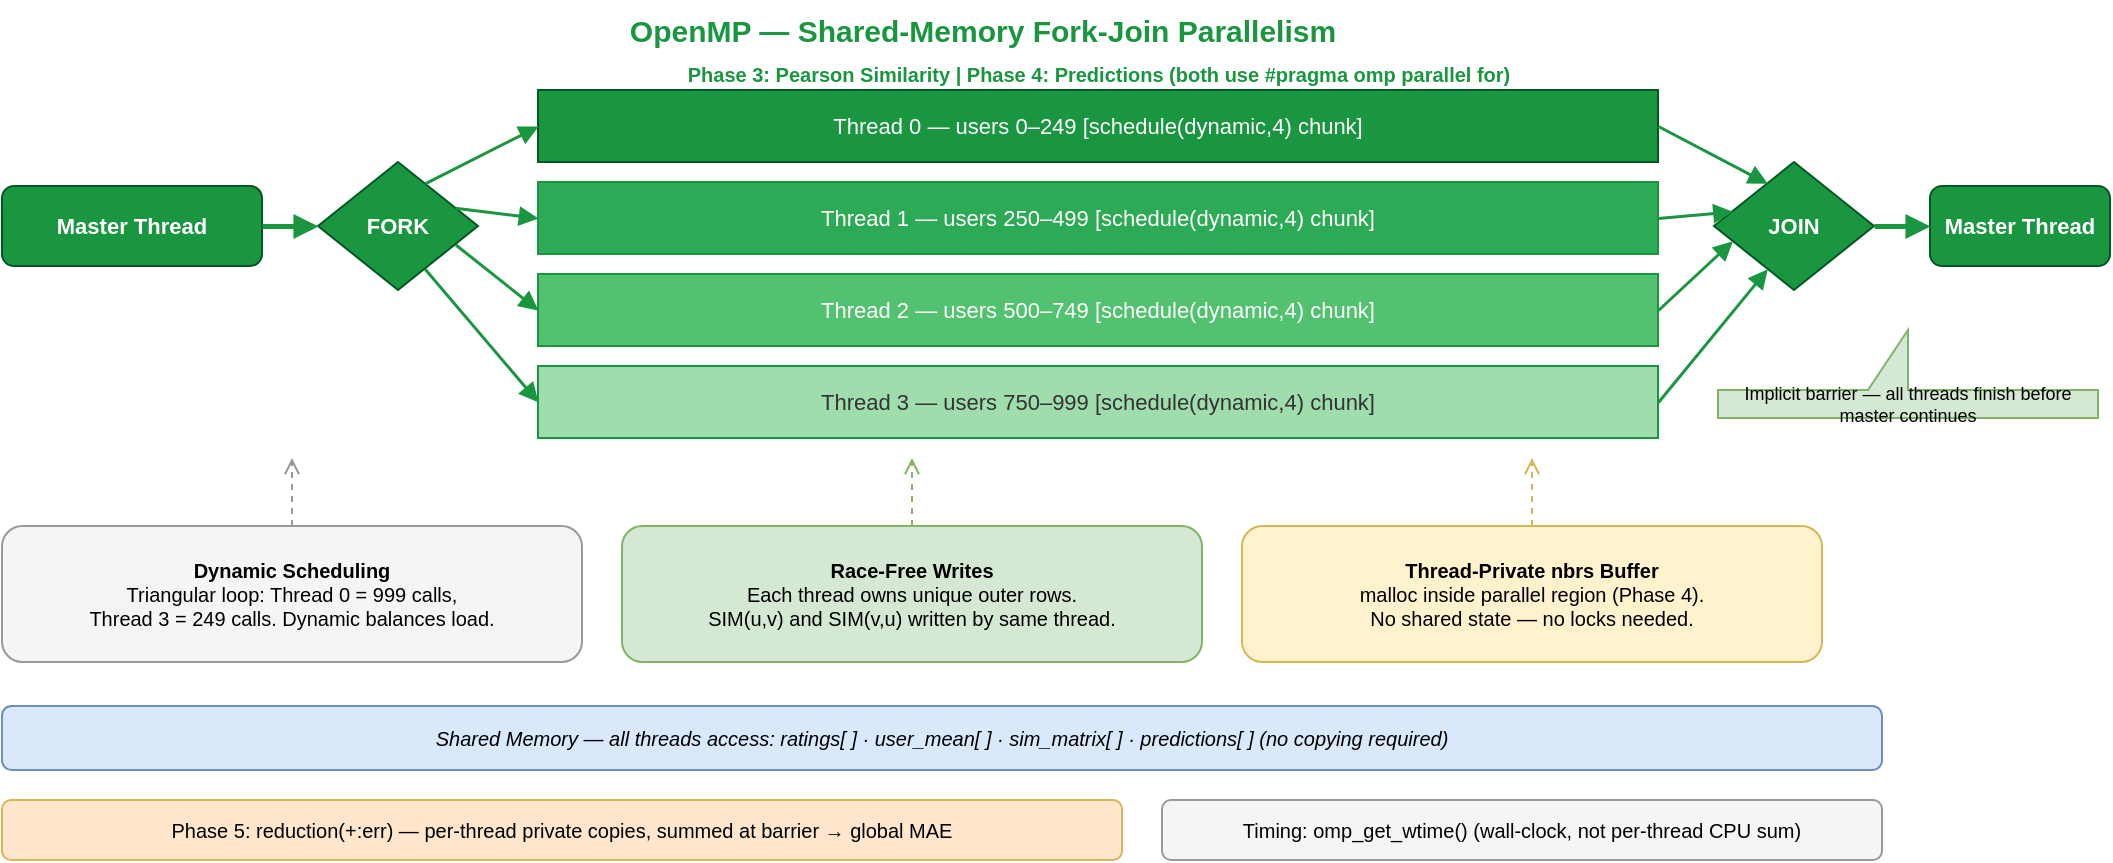
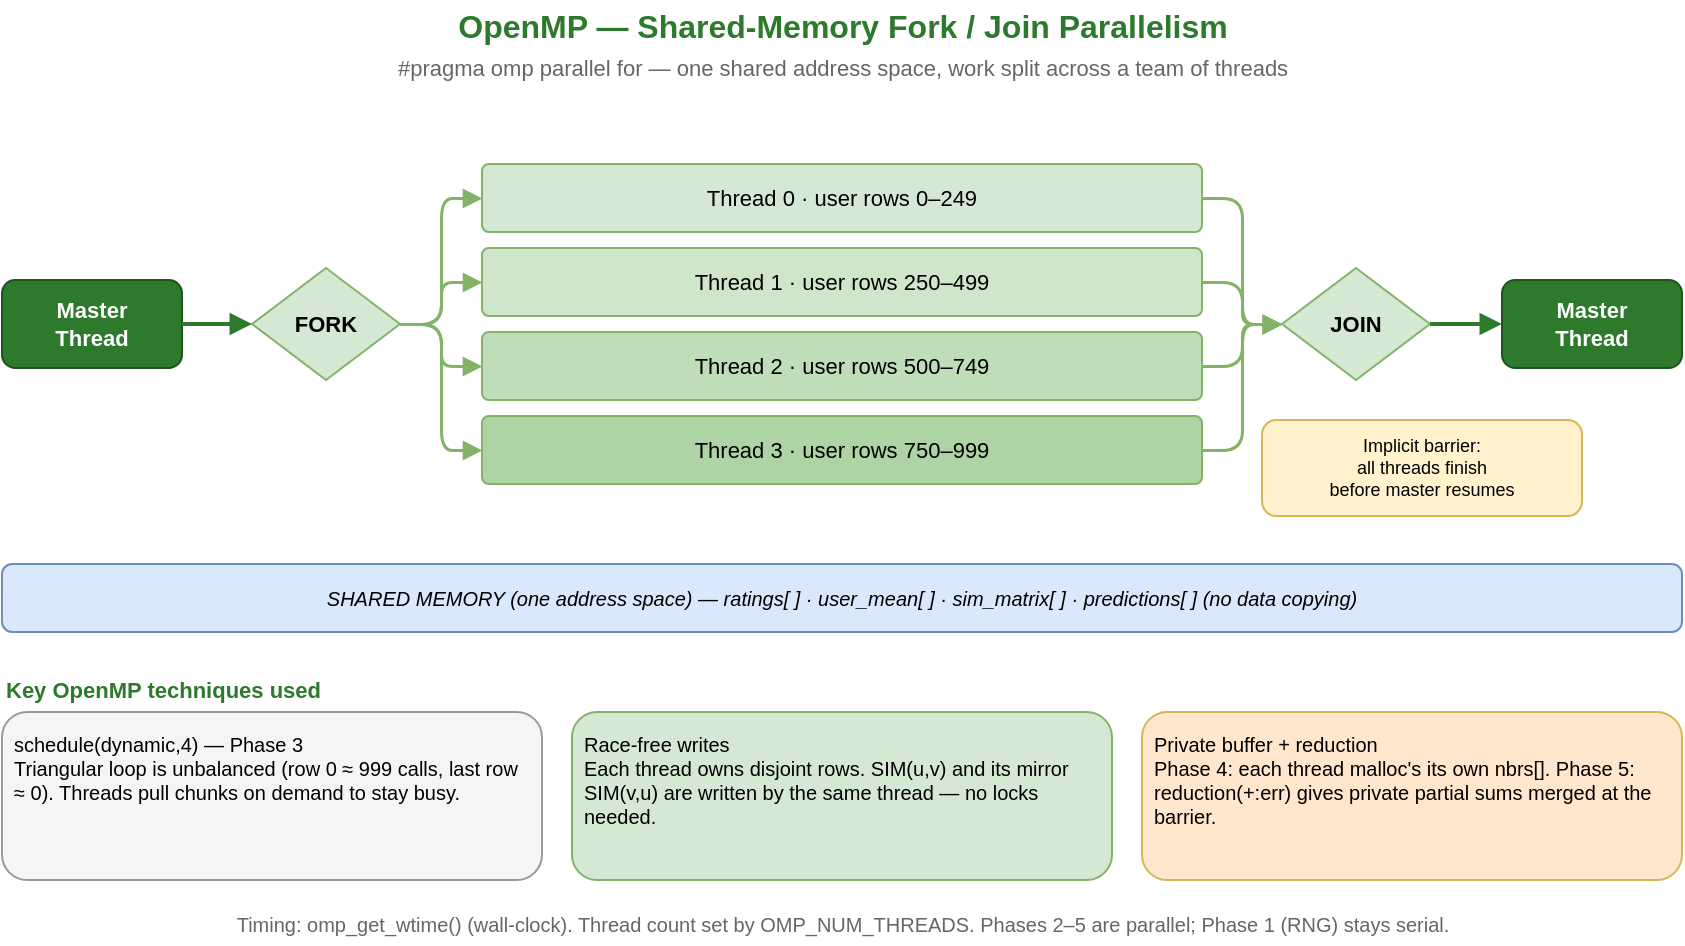
<mxfile host="app.diagrams.net" version="21.1.2">
-   <diagram id="page2" name="OpenMP">
-     <mxGraphModel dx="1200" dy="700" grid="0" pageWidth="1100" pageHeight="680" math="0" shadow="0">
+   <diagram id="page2" name="2. OpenMP">
+     <mxGraphModel dx="1000" dy="640" grid="1" gridSize="10" guides="1" tooltips="1" connect="1" arrows="1" fold="1" page="1" pageScale="1" pageWidth="900" pageHeight="600" math="0" shadow="0">
      <root>
-         <mxCell id="0" /><mxCell id="1" parent="0" />
+         <mxCell id="0" />
+         <mxCell id="1" parent="0" />

        <!-- Title -->
-         <mxCell id="ttl" value="OpenMP — Shared-Memory Fork-Join Parallelism" style="text;html=1;align=center;fontStyle=1;fontSize=15;fontColor=#1a9641;" vertex="1" parent="1">
-           <mxGeometry x="150" y="15" width="720" height="30" as="geometry" />
+         <mxCell id="ttl" value="OpenMP — Shared-Memory Fork / Join Parallelism" style="text;html=1;align=center;verticalAlign=middle;fontStyle=1;fontSize=16;fontColor=#2d7a2d;" vertex="1" parent="1">
+           <mxGeometry x="150" y="18" width="600" height="26" as="geometry" />
+         </mxCell>
+         <mxCell id="sub" value="#pragma omp parallel for — one shared address space, work split across a team of threads" style="text;html=1;align=center;verticalAlign=middle;fontSize=11;fontColor=#666666;" vertex="1" parent="1">
+           <mxGeometry x="150" y="42" width="600" height="20" as="geometry" />
        </mxCell>

        <!-- Master left -->
-         <mxCell id="ml" value="&lt;b&gt;Master Thread&lt;/b&gt;" style="rounded=1;whiteSpace=wrap;html=1;fillColor=#1a9641;strokeColor=#005723;fontColor=#ffffff;fontSize=11;" vertex="1" parent="1">
-           <mxGeometry x="20" y="108" width="130" height="40" as="geometry" />
+         <mxCell id="ml" value="Master&#10;Thread" style="rounded=1;whiteSpace=wrap;html=1;fillColor=#2d7a2d;strokeColor=#1e5320;fontColor=#ffffff;fontSize=11;fontStyle=1;verticalAlign=middle;" vertex="1" parent="1">
+           <mxGeometry x="30" y="158" width="90" height="44" as="geometry" />
        </mxCell>
- 
-         <!-- FORK diamond -->
-         <mxCell id="fk" value="&lt;b&gt;FORK&lt;/b&gt;" style="rhombus;whiteSpace=wrap;html=1;fillColor=#1a9641;strokeColor=#005723;fontColor=#ffffff;fontSize=11;" vertex="1" parent="1">
-           <mxGeometry x="178" y="96" width="80" height="64" as="geometry" />
+         <!-- FORK -->
+         <mxCell id="fk" value="FORK" style="rhombus;whiteSpace=wrap;html=1;fillColor=#d5e8d4;strokeColor=#82b366;fontSize=11;fontStyle=1;verticalAlign=middle;" vertex="1" parent="1">
+           <mxGeometry x="155" y="152" width="74" height="56" as="geometry" />
        </mxCell>

        <!-- Thread bars -->
-         <mxCell id="t0" value="Thread 0 — users 0–249      [schedule(dynamic,4) chunk]" style="rounded=0;whiteSpace=wrap;html=1;fillColor=#1a9641;strokeColor=#005723;fontColor=#ffffff;fontSize=11;" vertex="1" parent="1">
-           <mxGeometry x="288" y="60" width="560" height="36" as="geometry" />
+         <mxCell id="t0" value="Thread 0  ·  user rows 0–249" style="rounded=1;whiteSpace=wrap;html=1;fillColor=#d5e8d4;strokeColor=#82b366;fontSize=11;arcSize=10;verticalAlign=middle;" vertex="1" parent="1">
+           <mxGeometry x="270" y="100" width="360" height="34" as="geometry" />
        </mxCell>
-         <mxCell id="t1" value="Thread 1 — users 250–499    [schedule(dynamic,4) chunk]" style="rounded=0;whiteSpace=wrap;html=1;fillColor=#2daa55;strokeColor=#1a9641;fontColor=#ffffff;fontSize=11;" vertex="1" parent="1">
-           <mxGeometry x="288" y="106" width="560" height="36" as="geometry" />
+         <mxCell id="t1" value="Thread 1  ·  user rows 250–499" style="rounded=1;whiteSpace=wrap;html=1;fillColor=#cfe6cb;strokeColor=#82b366;fontSize=11;arcSize=10;verticalAlign=middle;" vertex="1" parent="1">
+           <mxGeometry x="270" y="142" width="360" height="34" as="geometry" />
        </mxCell>
-         <mxCell id="t2" value="Thread 2 — users 500–749    [schedule(dynamic,4) chunk]" style="rounded=0;whiteSpace=wrap;html=1;fillColor=#52c270;strokeColor=#1a9641;fontColor=#ffffff;fontSize=11;" vertex="1" parent="1">
-           <mxGeometry x="288" y="152" width="560" height="36" as="geometry" />
+         <mxCell id="t2" value="Thread 2  ·  user rows 500–749" style="rounded=1;whiteSpace=wrap;html=1;fillColor=#bfddb9;strokeColor=#82b366;fontSize=11;arcSize=10;verticalAlign=middle;" vertex="1" parent="1">
+           <mxGeometry x="270" y="184" width="360" height="34" as="geometry" />
        </mxCell>
-         <mxCell id="t3" value="Thread 3 — users 750–999    [schedule(dynamic,4) chunk]" style="rounded=0;whiteSpace=wrap;html=1;fillColor=#a0ddad;strokeColor=#1a9641;fontColor=#333333;fontSize=11;" vertex="1" parent="1">
-           <mxGeometry x="288" y="198" width="560" height="36" as="geometry" />
+         <mxCell id="t3" value="Thread 3  ·  user rows 750–999" style="rounded=1;whiteSpace=wrap;html=1;fillColor=#aed4a6;strokeColor=#82b366;fontSize=11;arcSize=10;verticalAlign=middle;" vertex="1" parent="1">
+           <mxGeometry x="270" y="226" width="360" height="34" as="geometry" />
        </mxCell>

-         <!-- JOIN diamond -->
-         <mxCell id="jn" value="&lt;b&gt;JOIN&lt;/b&gt;" style="rhombus;whiteSpace=wrap;html=1;fillColor=#1a9641;strokeColor=#005723;fontColor=#ffffff;fontSize=11;" vertex="1" parent="1">
-           <mxGeometry x="876" y="96" width="80" height="64" as="geometry" />
+         <!-- JOIN -->
+         <mxCell id="jn" value="JOIN" style="rhombus;whiteSpace=wrap;html=1;fillColor=#d5e8d4;strokeColor=#82b366;fontSize=11;fontStyle=1;verticalAlign=middle;" vertex="1" parent="1">
+           <mxGeometry x="670" y="152" width="74" height="56" as="geometry" />
+         </mxCell>
+         <!-- Master right -->
+         <mxCell id="mr" value="Master&#10;Thread" style="rounded=1;whiteSpace=wrap;html=1;fillColor=#2d7a2d;strokeColor=#1e5320;fontColor=#ffffff;fontSize=11;fontStyle=1;verticalAlign=middle;" vertex="1" parent="1">
+           <mxGeometry x="780" y="158" width="90" height="44" as="geometry" />
        </mxCell>

-         <!-- Master right -->
-         <mxCell id="mr" value="&lt;b&gt;Master Thread&lt;/b&gt;" style="rounded=1;whiteSpace=wrap;html=1;fillColor=#1a9641;strokeColor=#005723;fontColor=#ffffff;fontSize=11;" vertex="1" parent="1">
-           <mxGeometry x="984" y="108" width="90" height="40" as="geometry" />
+         <!-- Fork/Join arrows -->
+         <mxCell id="a_ml_fk" style="edgeStyle=orthogonalEdgeStyle;rounded=0;html=1;endArrow=block;endFill=1;strokeWidth=2;strokeColor=#2d7a2d;" edge="1" source="ml" target="fk" parent="1"><mxGeometry relative="1" as="geometry" /></mxCell>
+         <mxCell id="a_fk_t0" style="edgeStyle=orthogonalEdgeStyle;rounded=1;html=1;endArrow=block;endFill=1;strokeWidth=1.5;strokeColor=#82b366;exitX=1;exitY=0.5;entryX=0;entryY=0.5;" edge="1" source="fk" target="t0" parent="1"><mxGeometry relative="1" as="geometry" /></mxCell>
+         <mxCell id="a_fk_t1" style="edgeStyle=orthogonalEdgeStyle;rounded=1;html=1;endArrow=block;endFill=1;strokeWidth=1.5;strokeColor=#82b366;exitX=1;exitY=0.5;entryX=0;entryY=0.5;" edge="1" source="fk" target="t1" parent="1"><mxGeometry relative="1" as="geometry" /></mxCell>
+         <mxCell id="a_fk_t2" style="edgeStyle=orthogonalEdgeStyle;rounded=1;html=1;endArrow=block;endFill=1;strokeWidth=1.5;strokeColor=#82b366;exitX=1;exitY=0.5;entryX=0;entryY=0.5;" edge="1" source="fk" target="t2" parent="1"><mxGeometry relative="1" as="geometry" /></mxCell>
+         <mxCell id="a_fk_t3" style="edgeStyle=orthogonalEdgeStyle;rounded=1;html=1;endArrow=block;endFill=1;strokeWidth=1.5;strokeColor=#82b366;exitX=1;exitY=0.5;entryX=0;entryY=0.5;" edge="1" source="fk" target="t3" parent="1"><mxGeometry relative="1" as="geometry" /></mxCell>
+         <mxCell id="a_t0_jn" style="edgeStyle=orthogonalEdgeStyle;rounded=1;html=1;endArrow=block;endFill=1;strokeWidth=1.5;strokeColor=#82b366;exitX=1;exitY=0.5;entryX=0;entryY=0.5;" edge="1" source="t0" target="jn" parent="1"><mxGeometry relative="1" as="geometry" /></mxCell>
+         <mxCell id="a_t1_jn" style="edgeStyle=orthogonalEdgeStyle;rounded=1;html=1;endArrow=block;endFill=1;strokeWidth=1.5;strokeColor=#82b366;exitX=1;exitY=0.5;entryX=0;entryY=0.5;" edge="1" source="t1" target="jn" parent="1"><mxGeometry relative="1" as="geometry" /></mxCell>
+         <mxCell id="a_t2_jn" style="edgeStyle=orthogonalEdgeStyle;rounded=1;html=1;endArrow=block;endFill=1;strokeWidth=1.5;strokeColor=#82b366;exitX=1;exitY=0.5;entryX=0;entryY=0.5;" edge="1" source="t2" target="jn" parent="1"><mxGeometry relative="1" as="geometry" /></mxCell>
+         <mxCell id="a_t3_jn" style="edgeStyle=orthogonalEdgeStyle;rounded=1;html=1;endArrow=block;endFill=1;strokeWidth=1.5;strokeColor=#82b366;exitX=1;exitY=0.5;entryX=0;entryY=0.5;" edge="1" source="t3" target="jn" parent="1"><mxGeometry relative="1" as="geometry" /></mxCell>
+         <mxCell id="a_jn_mr" style="edgeStyle=orthogonalEdgeStyle;rounded=0;html=1;endArrow=block;endFill=1;strokeWidth=2;strokeColor=#2d7a2d;" edge="1" source="jn" target="mr" parent="1"><mxGeometry relative="1" as="geometry" /></mxCell>
+ 
+         <!-- Barrier note under join -->
+         <mxCell id="bar" value="Implicit barrier:&#10;all threads finish&#10;before master resumes" style="rounded=1;whiteSpace=wrap;html=1;fillColor=#fff2cc;strokeColor=#d6b656;fontSize=9;verticalAlign=middle;" vertex="1" parent="1">
+           <mxGeometry x="660" y="228" width="160" height="48" as="geometry" />
        </mxCell>

-         <!-- Phase label above threads -->
-         <mxCell id="plbl" value="Phase 3: Pearson Similarity   |   Phase 4: Predictions   (both use #pragma omp parallel for)" style="text;html=1;align=center;fontStyle=1;fontSize=10;fontColor=#1a9641;" vertex="1" parent="1">
-           <mxGeometry x="288" y="40" width="560" height="18" as="geometry" />
+         <!-- Shared memory band -->
+         <mxCell id="sm" value="SHARED MEMORY (one address space)   —   ratings[ ]   ·   user_mean[ ]   ·   sim_matrix[ ]   ·   predictions[ ]   (no data copying)" style="rounded=1;whiteSpace=wrap;html=1;fillColor=#dae8fc;strokeColor=#6c8ebf;fontSize=10;fontStyle=2;verticalAlign=middle;" vertex="1" parent="1">
+           <mxGeometry x="30" y="300" width="840" height="34" as="geometry" />
        </mxCell>

-         <!-- ── ARROWS ── -->
-         <!-- Master → FORK -->
-         <mxCell id="a_ml_fk" value="" style="endArrow=block;endFill=1;strokeWidth=2.5;strokeColor=#1a9641;" edge="1" source="ml" target="fk" parent="1">
-           <mxGeometry relative="1" as="geometry" />
+         <!-- Concept boxes -->
+         <mxCell id="ch" value="Key OpenMP techniques used" style="text;html=1;align=left;fontStyle=1;fontSize=11;fontColor=#2d7a2d;" vertex="1" parent="1">
+           <mxGeometry x="30" y="350" width="300" height="20" as="geometry" />
+         </mxCell>
+         <mxCell id="c1" value="schedule(dynamic,4) — Phase 3&#10;Triangular loop is unbalanced (row 0 ≈ 999 calls, last row ≈ 0). Threads pull chunks on demand to stay busy." style="rounded=1;whiteSpace=wrap;html=1;fillColor=#f5f5f5;strokeColor=#999999;fontSize=10;verticalAlign=top;align=left;spacing=6;" vertex="1" parent="1">
+           <mxGeometry x="30" y="374" width="270" height="84" as="geometry" />
+         </mxCell>
+         <mxCell id="c2" value="Race-free writes&#10;Each thread owns disjoint rows. SIM(u,v) and its mirror SIM(v,u) are written by the same thread — no locks needed." style="rounded=1;whiteSpace=wrap;html=1;fillColor=#d5e8d4;strokeColor=#82b366;fontSize=10;verticalAlign=top;align=left;spacing=6;" vertex="1" parent="1">
+           <mxGeometry x="315" y="374" width="270" height="84" as="geometry" />
+         </mxCell>
+         <mxCell id="c3" value="Private buffer + reduction&#10;Phase 4: each thread malloc's its own nbrs[]. Phase 5: reduction(+:err) gives private partial sums merged at the barrier." style="rounded=1;whiteSpace=wrap;html=1;fillColor=#ffe6cc;strokeColor=#d6b656;fontSize=10;verticalAlign=top;align=left;spacing=6;" vertex="1" parent="1">
+           <mxGeometry x="600" y="374" width="270" height="84" as="geometry" />
        </mxCell>

-         <!-- FORK → Thread 0 (fan up) -->
-         <mxCell id="a_fk_t0" value="" style="endArrow=block;endFill=1;strokeWidth=1.5;strokeColor=#1a9641;exitX=0.75;exitY=0;exitDx=0;exitDy=0;entryX=0;entryY=0.5;entryDx=0;entryDy=0;" edge="1" source="fk" target="t0" parent="1">
-           <mxGeometry relative="1" as="geometry" />
-         </mxCell>
-         <!-- FORK → Thread 1 -->
-         <mxCell id="a_fk_t1" value="" style="endArrow=block;endFill=1;strokeWidth=1.5;strokeColor=#1a9641;exitX=1;exitY=0.3;exitDx=0;exitDy=0;entryX=0;entryY=0.5;entryDx=0;entryDy=0;" edge="1" source="fk" target="t1" parent="1">
-           <mxGeometry relative="1" as="geometry" />
-         </mxCell>
-         <!-- FORK → Thread 2 -->
-         <mxCell id="a_fk_t2" value="" style="endArrow=block;endFill=1;strokeWidth=1.5;strokeColor=#1a9641;exitX=1;exitY=0.7;exitDx=0;exitDy=0;entryX=0;entryY=0.5;entryDx=0;entryDy=0;" edge="1" source="fk" target="t2" parent="1">
-           <mxGeometry relative="1" as="geometry" />
-         </mxCell>
-         <!-- FORK → Thread 3 (fan down) -->
-         <mxCell id="a_fk_t3" value="" style="endArrow=block;endFill=1;strokeWidth=1.5;strokeColor=#1a9641;exitX=0.75;exitY=1;exitDx=0;exitDy=0;entryX=0;entryY=0.5;entryDx=0;entryDy=0;" edge="1" source="fk" target="t3" parent="1">
-           <mxGeometry relative="1" as="geometry" />
-         </mxCell>
- 
-         <!-- Thread 0 → JOIN (fan in) -->
-         <mxCell id="a_t0_jn" value="" style="endArrow=block;endFill=1;strokeWidth=1.5;strokeColor=#1a9641;exitX=1;exitY=0.5;exitDx=0;exitDy=0;entryX=0.25;entryY=0;entryDx=0;entryDy=0;" edge="1" source="t0" target="jn" parent="1">
-           <mxGeometry relative="1" as="geometry" />
-         </mxCell>
-         <!-- Thread 1 → JOIN -->
-         <mxCell id="a_t1_jn" value="" style="endArrow=block;endFill=1;strokeWidth=1.5;strokeColor=#1a9641;exitX=1;exitY=0.5;exitDx=0;exitDy=0;entryX=0;entryY=0.35;entryDx=0;entryDy=0;" edge="1" source="t1" target="jn" parent="1">
-           <mxGeometry relative="1" as="geometry" />
-         </mxCell>
-         <!-- Thread 2 → JOIN -->
-         <mxCell id="a_t2_jn" value="" style="endArrow=block;endFill=1;strokeWidth=1.5;strokeColor=#1a9641;exitX=1;exitY=0.5;exitDx=0;exitDy=0;entryX=0;entryY=0.65;entryDx=0;entryDy=0;" edge="1" source="t2" target="jn" parent="1">
-           <mxGeometry relative="1" as="geometry" />
-         </mxCell>
-         <!-- Thread 3 → JOIN (fan in) -->
-         <mxCell id="a_t3_jn" value="" style="endArrow=block;endFill=1;strokeWidth=1.5;strokeColor=#1a9641;exitX=1;exitY=0.5;exitDx=0;exitDy=0;entryX=0.25;entryY=1;entryDx=0;entryDy=0;" edge="1" source="t3" target="jn" parent="1">
-           <mxGeometry relative="1" as="geometry" />
-         </mxCell>
- 
-         <!-- JOIN → Master right -->
-         <mxCell id="a_jn_mr" value="" style="endArrow=block;endFill=1;strokeWidth=2.5;strokeColor=#1a9641;" edge="1" source="jn" target="mr" parent="1">
-           <mxGeometry relative="1" as="geometry" />
-         </mxCell>
- 
-         <!-- Implicit barrier callout -->
-         <mxCell id="bar" value="Implicit barrier — all threads finish before master continues" style="shape=callout;whiteSpace=wrap;html=1;fillColor=#d5e8d4;strokeColor=#82b366;fontSize=9;direction=west;" vertex="1" parent="1">
-           <mxGeometry x="878" y="180" width="190" height="44" as="geometry" />
-         </mxCell>
- 
-         <!-- Key concept boxes -->
-         <mxCell id="c1" value="&lt;b&gt;Dynamic Scheduling&lt;/b&gt;&lt;br&gt;Triangular loop: Thread 0 = 999 calls,&lt;br&gt;Thread 3 = 249 calls. Dynamic balances load." style="rounded=1;whiteSpace=wrap;html=1;fillColor=#f5f5f5;strokeColor=#999999;fontSize=10;" vertex="1" parent="1">
-           <mxGeometry x="20" y="278" width="290" height="68" as="geometry" />
-         </mxCell>
-         <mxCell id="c2" value="&lt;b&gt;Race-Free Writes&lt;/b&gt;&lt;br&gt;Each thread owns unique outer rows.&lt;br&gt;SIM(u,v) and SIM(v,u) written by same thread." style="rounded=1;whiteSpace=wrap;html=1;fillColor=#d5e8d4;strokeColor=#82b366;fontSize=10;" vertex="1" parent="1">
-           <mxGeometry x="330" y="278" width="290" height="68" as="geometry" />
-         </mxCell>
-         <mxCell id="c3" value="&lt;b&gt;Thread-Private nbrs Buffer&lt;/b&gt;&lt;br&gt;malloc inside parallel region (Phase 4).&lt;br&gt;No shared state — no locks needed." style="rounded=1;whiteSpace=wrap;html=1;fillColor=#fff2cc;strokeColor=#d6b656;fontSize=10;" vertex="1" parent="1">
-           <mxGeometry x="640" y="278" width="290" height="68" as="geometry" />
-         </mxCell>
- 
-         <!-- Arrows from concept boxes up to thread region -->
-         <mxCell id="ac1" value="" style="dashed=1;endArrow=open;endFill=0;strokeColor=#999999;strokeWidth=1;" edge="1" parent="1">
-           <mxGeometry relative="1" as="geometry">
-             <mxPoint x="165" y="278" as="sourcePoint" />
-             <mxPoint x="165" y="244" as="targetPoint" />
-           </mxGeometry>
-         </mxCell>
-         <mxCell id="ac2" value="" style="dashed=1;endArrow=open;endFill=0;strokeColor=#82b366;strokeWidth=1;" edge="1" parent="1">
-           <mxGeometry relative="1" as="geometry">
-             <mxPoint x="475" y="278" as="sourcePoint" />
-             <mxPoint x="475" y="244" as="targetPoint" />
-           </mxGeometry>
-         </mxCell>
-         <mxCell id="ac3" value="" style="dashed=1;endArrow=open;endFill=0;strokeColor=#d6b656;strokeWidth=1;" edge="1" parent="1">
-           <mxGeometry relative="1" as="geometry">
-             <mxPoint x="785" y="278" as="sourcePoint" />
-             <mxPoint x="785" y="244" as="targetPoint" />
-           </mxGeometry>
-         </mxCell>
- 
-         <!-- Shared memory note -->
-         <mxCell id="sm" value="Shared Memory — all threads access: ratings[ ]  ·  user_mean[ ]  ·  sim_matrix[ ]  ·  predictions[ ]    (no copying required)" style="rounded=1;whiteSpace=wrap;html=1;fillColor=#dae8fc;strokeColor=#6c8ebf;fontSize=10;fontStyle=2;" vertex="1" parent="1">
-           <mxGeometry x="20" y="368" width="940" height="32" as="geometry" />
-         </mxCell>
- 
-         <!-- Reduction note -->
-         <mxCell id="red" value="Phase 5: reduction(+:err) — per-thread private copies, summed at barrier → global MAE" style="rounded=1;whiteSpace=wrap;html=1;fillColor=#ffe6cc;strokeColor=#d6b656;fontSize=10;" vertex="1" parent="1">
-           <mxGeometry x="20" y="415" width="560" height="30" as="geometry" />
-         </mxCell>
-         <mxCell id="tm" value="Timing: omp_get_wtime()  (wall-clock, not per-thread CPU sum)" style="rounded=1;whiteSpace=wrap;html=1;fillColor=#f5f5f5;strokeColor=#999999;fontSize=10;" vertex="1" parent="1">
-           <mxGeometry x="600" y="415" width="360" height="30" as="geometry" />
+         <!-- Footer note -->
+         <mxCell id="ft" value="Timing: omp_get_wtime() (wall-clock).   Thread count set by OMP_NUM_THREADS.   Phases 2–5 are parallel; Phase 1 (RNG) stays serial." style="text;html=1;align=center;verticalAlign=middle;fontSize=10;fontColor=#666666;" vertex="1" parent="1">
+           <mxGeometry x="30" y="470" width="840" height="20" as="geometry" />
        </mxCell>
      </root>
    </mxGraphModel>
  </diagram>
</mxfile>
